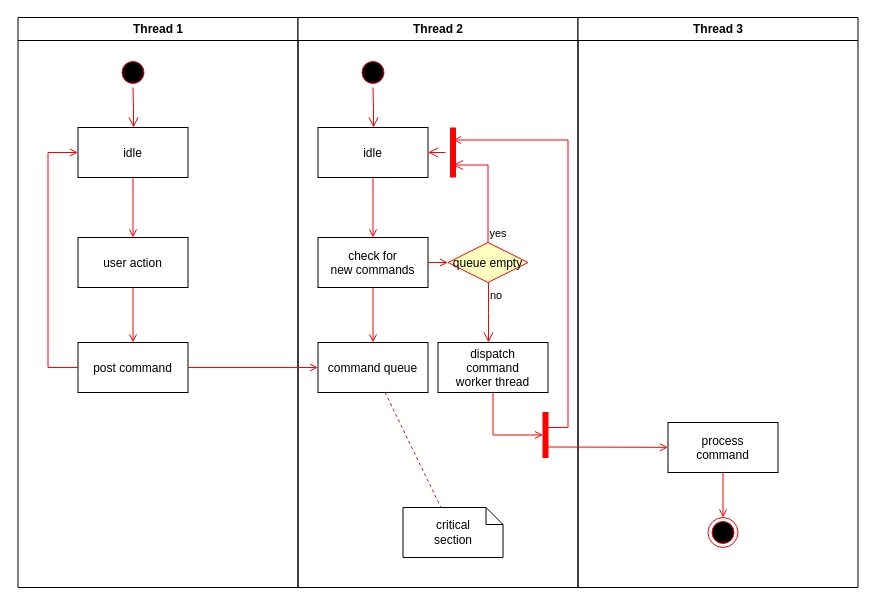
Earlier version of the draw.io diagram Диаграмма без названия.drawio (playoffthecuff/diagrams). Source tidied: cells renumbered, new cells numbered last; positions are measured from the earlier drawing's top-left corner, leaving out a move shared by most shapes. Both pictures are drawn from the tidied source at 100%, with x=0, y=0 at pixel (17, 17).
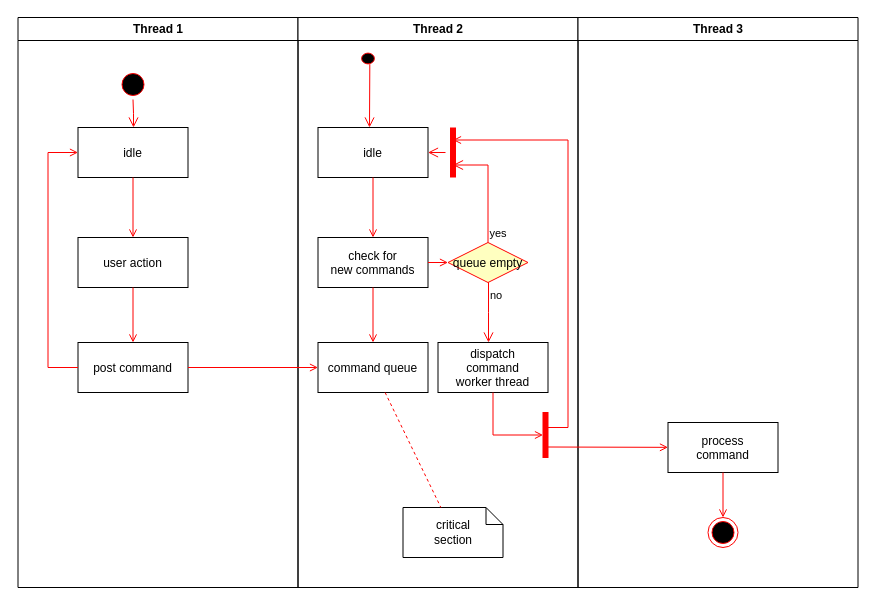
The same diagram, later.

The change refers to these unchanged cells:
```xml
<mxCell id="2" value="Thread 1" style="swimlane;whiteSpace=wrap;" parent="1" vertex="1">
  <mxGeometry x="0.5" width="280" height="570" as="geometry" />
</mxCell>
<mxCell id="11" value="Thread 2" style="swimlane;whiteSpace=wrap;" parent="1" vertex="1">
  <mxGeometry x="280.5" width="280" height="570" as="geometry" />
</mxCell>
<mxCell id="14" value="idle" parent="11" vertex="1">
  <mxGeometry x="20" y="110" width="110" height="50" as="geometry" />
</mxCell>
```

Diff of the diagram source:
```diff
@@
     <mxCell id="3" style="ellipse;shape=startState;fillColor=#000000;strokeColor=#ff0000;" parent="2" vertex="1">
-      <mxGeometry x="100" y="40" width="30" height="30" as="geometry" />
+      <mxGeometry x="100" y="52" width="30" height="30" as="geometry" />
     </mxCell>
@@
     <mxCell id="12" style="ellipse;shape=startState;fillColor=#000000;strokeColor=#ff0000;" parent="11" vertex="1">
-      <mxGeometry x="60" y="40" width="30" height="30" as="geometry" />
+      <mxGeometry x="60" y="32" width="20" height="18" as="geometry" />
     </mxCell>
-    <mxCell id="13" style="edgeStyle=elbowEdgeStyle;elbow=horizontal;verticalAlign=bottom;endArrow=open;endSize=8;strokeColor=#FF0000;endFill=1;rounded=0;" parent="11" edge="1" source="12" target="14">
+    <mxCell id="13" style="edgeStyle=elbowEdgeStyle;elbow=horizontal;verticalAlign=bottom;endArrow=open;endSize=8;strokeColor=#FF0000;endFill=1;rounded=0;exitX=0.591;exitY=0.816;exitDx=0;exitDy=0;exitPerimeter=0;" parent="11" edge="1" source="12" target="14">
       <mxGeometry x="40" y="20" as="geometry" />
     </mxCell>
```
